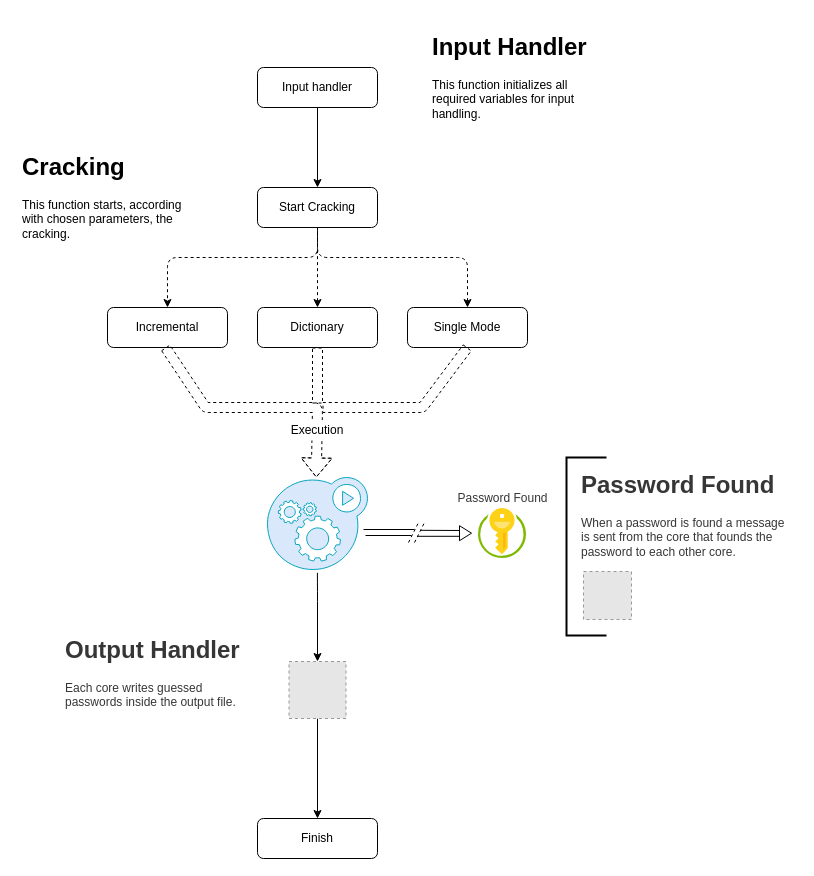
GiorgioBelli/npJohn keeps this draw.io diagram as docs/diagram.drawio. Above is the earlier version. Source tidied: cells renumbered, new cells numbered last; positions are measured from the earlier drawing's top-left corner, leaving out a move shared by most shapes. Both pictures are drawn from the tidied source at 100%, with x=0, y=0 at pixel (17, 27). Pictures stored in the file or linked from it are replaced by grey dashed boxes.
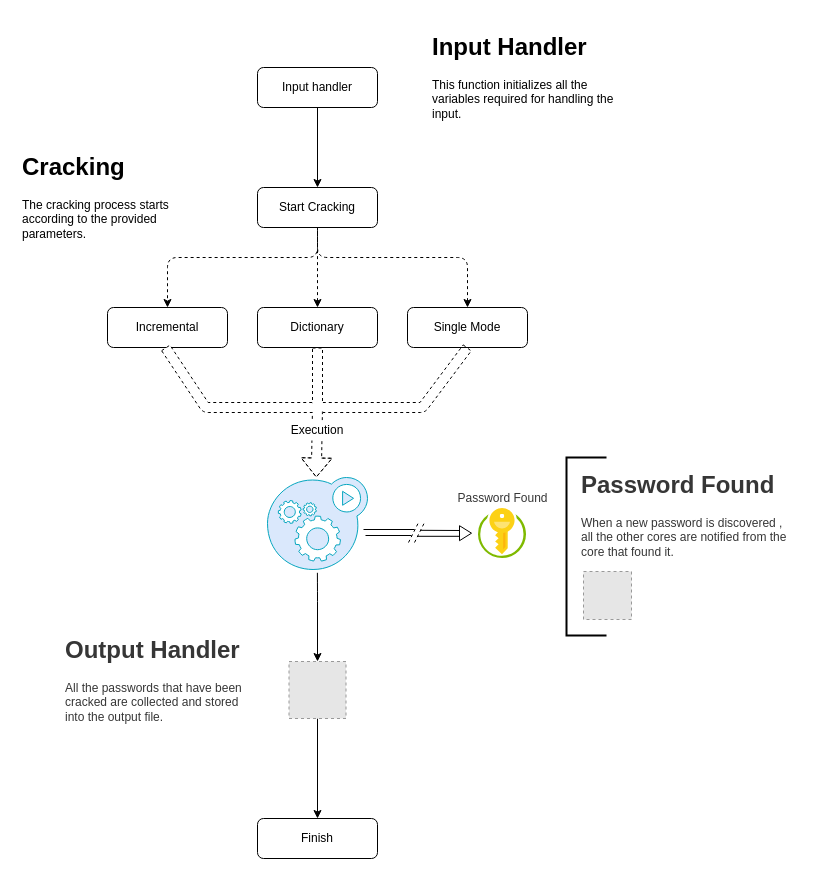
Above is the later version.

What changed in the source:
```diff
@@
-    <mxCell id="7" value="&lt;h1&gt;Input Handler&lt;/h1&gt;&lt;p&gt;This function initializes all required variables for input handling.&lt;/p&gt;" style="text;html=1;strokeColor=none;fillColor=none;spacing=5;spacingTop=-20;whiteSpace=wrap;overflow=hidden;rounded=0;" parent="1" vertex="1">
+    <mxCell id="7" value="&lt;h1&gt;Input Handler&lt;/h1&gt;&lt;p&gt;This function initializes all the variables required for handling the input.&lt;/p&gt;" style="text;html=1;strokeColor=none;fillColor=none;spacing=5;spacingTop=-20;whiteSpace=wrap;overflow=hidden;rounded=0;" parent="1" vertex="1">
       <mxGeometry x="410" width="190" height="120" as="geometry" />
     </mxCell>
-    <mxCell id="8" value="&lt;h1&gt;Cracking&lt;/h1&gt;&lt;p&gt;This function starts, according with chosen parameters, the cracking.&amp;nbsp;&lt;/p&gt;" style="text;html=1;strokeColor=none;fillColor=none;spacing=5;spacingTop=-20;whiteSpace=wrap;overflow=hidden;rounded=0;" parent="1" vertex="1">
+    <mxCell id="8" value="&lt;h1&gt;Cracking&lt;/h1&gt;&lt;p&gt;The cracking process starts according to the provided parameters.&lt;/p&gt;" style="text;html=1;strokeColor=none;fillColor=none;spacing=5;spacingTop=-20;whiteSpace=wrap;overflow=hidden;rounded=0;" parent="1" vertex="1">
       <mxGeometry y="120" width="190" height="120" as="geometry" />
     </mxCell>
@@
-    <mxCell id="16" style="shape=flexArrow;endArrow=classic;html=1;shadow=0;dashed=1;strokeColor=#000000;" parent="1" edge="1">
+    <mxCell id="16" style="shape=flexArrow;endArrow=classic;html=1;shadow=0;dashed=1;strokeColor=#000000;fillColor=#ffffff;" parent="1" edge="1">
       <mxGeometry relative="1" as="geometry">
         <mxPoint x="148" y="320" as="sourcePoint" />
         <mxPoint x="298.8" y="450" as="targetPoint" />
         <Array as="points">
           <mxPoint x="188" y="380" />
           <mxPoint x="300" y="380" />
         </Array>
       </mxGeometry>
     </mxCell>
@@
-    <mxCell id="29" value="&lt;h1&gt;Password Found&lt;/h1&gt;&lt;p&gt;When a password is found a message is sent from the core that founds the password to each other core.&lt;/p&gt;" style="text;html=1;strokeColor=none;fillColor=none;spacing=5;spacingTop=-20;whiteSpace=wrap;overflow=hidden;rounded=0;shadow=0;glass=0;comic=0;fontColor=#363636;" parent="1" vertex="1">
+    <mxCell id="29" value="&lt;h1&gt;Password Found&lt;/h1&gt;&lt;p&gt;When a new password is discovered , all the other cores are notified from the core that found it.&lt;/p&gt;" style="text;html=1;strokeColor=none;fillColor=none;spacing=5;spacingTop=-20;whiteSpace=wrap;overflow=hidden;rounded=0;shadow=0;glass=0;comic=0;fontColor=#363636;" parent="1" vertex="1">
       <mxGeometry x="559" y="438" width="221" height="120" as="geometry" />
     </mxCell>
@@
-    <mxCell id="32" value="&lt;h1&gt;Output Handler&lt;/h1&gt;&lt;p&gt;Each core writes guessed passwords inside the output file.&lt;/p&gt;" style="text;html=1;strokeColor=none;fillColor=none;spacing=5;spacingTop=-20;whiteSpace=wrap;overflow=hidden;rounded=0;shadow=0;glass=0;comic=0;fontColor=#363636;" parent="1" vertex="1">
+    <mxCell id="32" value="&lt;h1&gt;Output Handler&lt;/h1&gt;&lt;p&gt;All the passwords that have been cracked are collected and stored into the output file.&lt;/p&gt;" style="text;html=1;strokeColor=none;fillColor=none;spacing=5;spacingTop=-20;whiteSpace=wrap;overflow=hidden;rounded=0;shadow=0;glass=0;comic=0;fontColor=#363636;" parent="1" vertex="1">
       <mxGeometry x="43" y="602.5" width="190" height="120" as="geometry" />
     </mxCell>
@@
+    <mxCell id="35" style="rounded=0;whiteSpace=wrap;html=1;strokeColor=none;" parent="1" vertex="1">
+      <mxGeometry x="295" y="374" width="10" height="9" as="geometry" />
+    </mxCell>
+    <mxCell id="36" style="rounded=0;whiteSpace=wrap;html=1;strokeColor=none;" parent="1" vertex="1">
+      <mxGeometry x="300" y="377" width="17" height="7" as="geometry" />
+    </mxCell>
```
